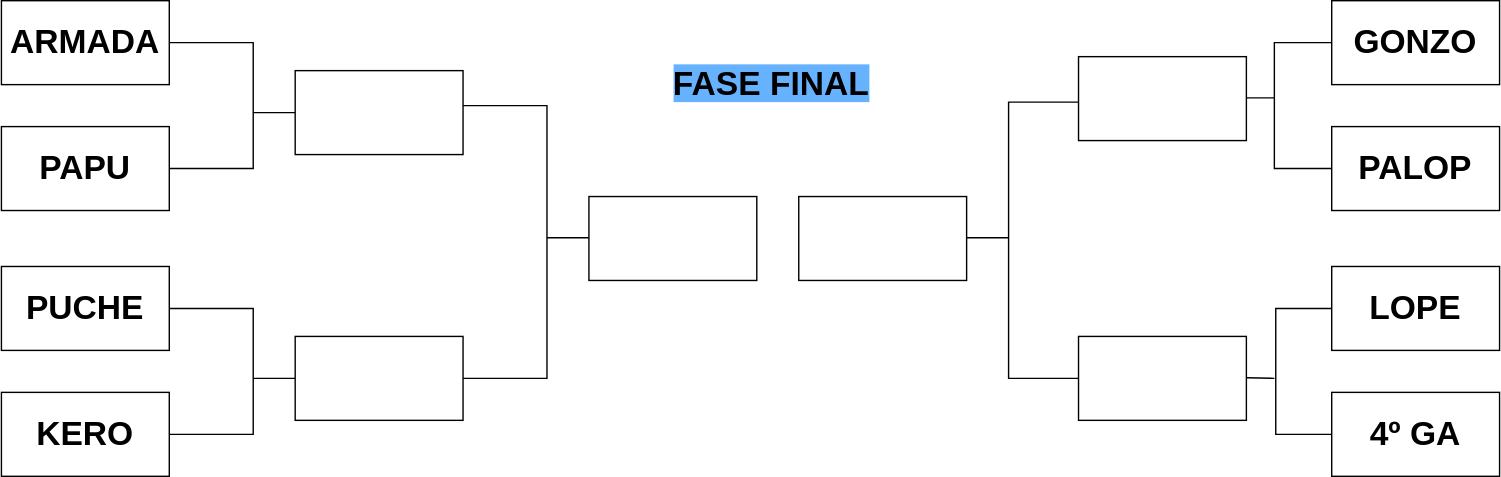
Papuuu21/Champions_Mister keeps this draw.io diagram as FaseFinal/Sorteo_posiciones_cuartos.drawio.svg. Above is the earlier version. Source tidied: cells renumbered, new cells last; positions are measured from the earlier drawing's top-left corner, leaving out a move shared by most shapes. Source of this version:
```xml
<mxGraphModel>
  <root>
    <mxCell id="0" />
    <mxCell id="1" parent="0" />
    <mxCell id="2" value="&lt;b&gt;&lt;font style=&quot;font-size: 24px;&quot;&gt;PAPU&lt;/font&gt;&lt;/b&gt;" style="rounded=0;whiteSpace=wrap;html=1;" parent="1" vertex="1">
      <mxGeometry y="90" width="120" height="60" as="geometry" />
    </mxCell>
    <mxCell id="3" value="&lt;b&gt;&lt;font style=&quot;font-size: 24px;&quot;&gt;ARMADA&lt;/font&gt;&lt;/b&gt;" style="rounded=0;whiteSpace=wrap;html=1;" parent="1" vertex="1">
      <mxGeometry width="120" height="60" as="geometry" />
    </mxCell>
    <mxCell id="4" value="&lt;font style=&quot;font-size: 24px;&quot;&gt;&lt;b&gt;PUCHE&lt;/b&gt;&lt;/font&gt;" style="rounded=0;whiteSpace=wrap;html=1;" parent="1" vertex="1">
      <mxGeometry y="190" width="120" height="60" as="geometry" />
    </mxCell>
    <mxCell id="5" value="&lt;font style=&quot;font-size: 24px;&quot;&gt;&lt;b&gt;KERO&lt;/b&gt;&lt;/font&gt;" style="rounded=0;whiteSpace=wrap;html=1;" parent="1" vertex="1">
      <mxGeometry y="280" width="120" height="60" as="geometry" />
    </mxCell>
    <mxCell id="6" style="endArrow=none;html=1;rounded=0;entryX=1;entryY=0.5;entryDx=0;entryDy=0;exitX=1;exitY=0.5;exitDx=0;exitDy=0;" parent="1" edge="1" source="2" target="3">
      <mxGeometry relative="1" as="geometry">
        <Array as="points">
          <mxPoint x="180" y="120" />
          <mxPoint x="180" y="80" />
          <mxPoint x="180" y="30" />
        </Array>
      </mxGeometry>
    </mxCell>
    <mxCell id="7" style="endArrow=none;html=1;rounded=0;entryX=1;entryY=0.5;entryDx=0;entryDy=0;exitX=1;exitY=0.5;exitDx=0;exitDy=0;" parent="1" edge="1">
      <mxGeometry relative="1" as="geometry">
        <mxPoint x="120" y="310" as="sourcePoint" />
        <mxPoint x="120" y="220" as="targetPoint" />
        <Array as="points">
          <mxPoint x="180" y="310" />
          <mxPoint x="180" y="270" />
          <mxPoint x="180" y="220" />
        </Array>
      </mxGeometry>
    </mxCell>
    <mxCell id="8" style="endArrow=none;html=1;rounded=0;" parent="1" edge="1">
      <mxGeometry relative="1" as="geometry">
        <mxPoint x="180" y="80" as="sourcePoint" />
        <mxPoint x="210" y="80" as="targetPoint" />
      </mxGeometry>
    </mxCell>
    <mxCell id="9" style="endArrow=none;html=1;rounded=0;" parent="1" edge="1">
      <mxGeometry relative="1" as="geometry">
        <mxPoint x="180" y="270" as="sourcePoint" />
        <mxPoint x="210" y="270" as="targetPoint" />
      </mxGeometry>
    </mxCell>
    <mxCell id="10" style="rounded=0;whiteSpace=wrap;html=1;" parent="1" vertex="1">
      <mxGeometry x="210" y="50" width="120" height="60" as="geometry" />
    </mxCell>
    <mxCell id="11" style="rounded=0;whiteSpace=wrap;html=1;" parent="1" vertex="1">
      <mxGeometry x="210" y="240" width="120" height="60" as="geometry" />
    </mxCell>
    <mxCell id="12" style="endArrow=none;html=1;rounded=0;entryX=1;entryY=0.5;entryDx=0;entryDy=0;exitX=1;exitY=0.5;exitDx=0;exitDy=0;" parent="1" edge="1" source="11">
      <mxGeometry relative="1" as="geometry">
        <mxPoint x="330" y="75" as="targetPoint" />
        <Array as="points">
          <mxPoint x="390" y="270" />
          <mxPoint x="390" y="125" />
          <mxPoint x="390" y="75" />
        </Array>
      </mxGeometry>
    </mxCell>
    <mxCell id="13" style="endArrow=none;html=1;rounded=0;" parent="1" edge="1">
      <mxGeometry relative="1" as="geometry">
        <mxPoint x="390" y="169.5" as="sourcePoint" />
        <mxPoint x="420" y="169.5" as="targetPoint" />
      </mxGeometry>
    </mxCell>
    <mxCell id="14" style="rounded=0;whiteSpace=wrap;html=1;" parent="1" vertex="1">
      <mxGeometry x="420" y="140" width="120" height="60" as="geometry" />
    </mxCell>
    <mxCell id="15" value="&lt;font style=&quot;font-size: 24px;&quot;&gt;&lt;b&gt;PALOP&lt;/b&gt;&lt;/font&gt;" style="rounded=0;whiteSpace=wrap;html=1;" parent="1" vertex="1">
      <mxGeometry x="951" y="90" width="120" height="60" as="geometry" />
    </mxCell>
    <mxCell id="16" value="&lt;b&gt;&lt;font style=&quot;font-size: 24px;&quot;&gt;GONZO&lt;/font&gt;&lt;/b&gt;" style="rounded=0;whiteSpace=wrap;html=1;" parent="1" vertex="1">
      <mxGeometry x="951" width="120" height="60" as="geometry" />
    </mxCell>
    <mxCell id="17" value="&lt;b&gt;&lt;font style=&quot;font-size: 24px;&quot;&gt;LOPE&lt;/font&gt;&lt;/b&gt;" style="rounded=0;whiteSpace=wrap;html=1;" parent="1" vertex="1">
      <mxGeometry x="951" y="190" width="120" height="60" as="geometry" />
    </mxCell>
    <mxCell id="18" value="&lt;b&gt;&lt;font style=&quot;font-size: 24px;&quot;&gt;4º GA&lt;/font&gt;&lt;/b&gt;" style="rounded=0;whiteSpace=wrap;html=1;" parent="1" vertex="1">
      <mxGeometry x="951" y="280" width="120" height="60" as="geometry" />
    </mxCell>
    <mxCell id="19" style="endArrow=none;html=1;rounded=0;exitX=0;exitY=0.5;exitDx=0;exitDy=0;entryX=0;entryY=0.5;entryDx=0;entryDy=0;" parent="1" edge="1" source="15" target="16">
      <mxGeometry relative="1" as="geometry">
        <Array as="points">
          <mxPoint x="910" y="120" />
          <mxPoint x="910" y="90" />
          <mxPoint x="910" y="30" />
        </Array>
      </mxGeometry>
    </mxCell>
    <mxCell id="20" style="endArrow=none;html=1;rounded=0;exitX=0;exitY=0.5;exitDx=0;exitDy=0;entryX=0;entryY=0.5;entryDx=0;entryDy=0;" parent="1" edge="1" source="18" target="17">
      <mxGeometry relative="1" as="geometry">
        <Array as="points">
          <mxPoint x="911" y="310" />
          <mxPoint x="911" y="275" />
          <mxPoint x="911" y="220" />
        </Array>
      </mxGeometry>
    </mxCell>
    <mxCell id="21" style="endArrow=none;html=1;rounded=0;" parent="1" edge="1">
      <mxGeometry relative="1" as="geometry">
        <mxPoint x="890" y="269.5" as="sourcePoint" />
        <mxPoint x="910" y="270" as="targetPoint" />
      </mxGeometry>
    </mxCell>
    <mxCell id="22" style="endArrow=none;html=1;rounded=0;" parent="1" edge="1">
      <mxGeometry relative="1" as="geometry">
        <mxPoint x="880" y="69.5" as="sourcePoint" />
        <mxPoint x="910" y="69.5" as="targetPoint" />
      </mxGeometry>
    </mxCell>
    <mxCell id="23" style="rounded=0;whiteSpace=wrap;html=1;" parent="1" vertex="1">
      <mxGeometry x="770" y="40" width="120" height="60" as="geometry" />
    </mxCell>
    <mxCell id="24" style="rounded=0;whiteSpace=wrap;html=1;" parent="1" vertex="1">
      <mxGeometry x="770" y="240" width="120" height="60" as="geometry" />
    </mxCell>
    <mxCell id="25" style="endArrow=none;html=1;rounded=0;" parent="1" edge="1">
      <mxGeometry relative="1" as="geometry">
        <mxPoint x="770" y="270" as="sourcePoint" />
        <mxPoint x="770" y="72.5" as="targetPoint" />
        <Array as="points">
          <mxPoint x="720" y="270" />
          <mxPoint x="720" y="122.5" />
          <mxPoint x="720" y="72.5" />
        </Array>
      </mxGeometry>
    </mxCell>
    <mxCell id="26" style="endArrow=none;html=1;rounded=0;" parent="1" edge="1">
      <mxGeometry relative="1" as="geometry">
        <mxPoint x="690" y="169.5" as="sourcePoint" />
        <mxPoint x="720" y="169.5" as="targetPoint" />
      </mxGeometry>
    </mxCell>
    <mxCell id="27" style="rounded=0;whiteSpace=wrap;html=1;" parent="1" vertex="1">
      <mxGeometry x="570" y="140" width="120" height="60" as="geometry" />
    </mxCell>
    <mxCell id="28" value="&lt;font style=&quot;font-size: 24px;&quot;&gt;&lt;b style=&quot;background-color: rgb(102, 178, 255);&quot;&gt;FASE FINAL&lt;/b&gt;&lt;/font&gt;" style="text;html=1;align=center;verticalAlign=middle;strokeColor=none;fillColor=none;" parent="1" vertex="1">
      <mxGeometry x="470" y="40" width="160" height="40" as="geometry" />
    </mxCell>
  </root>
</mxGraphModel>
```
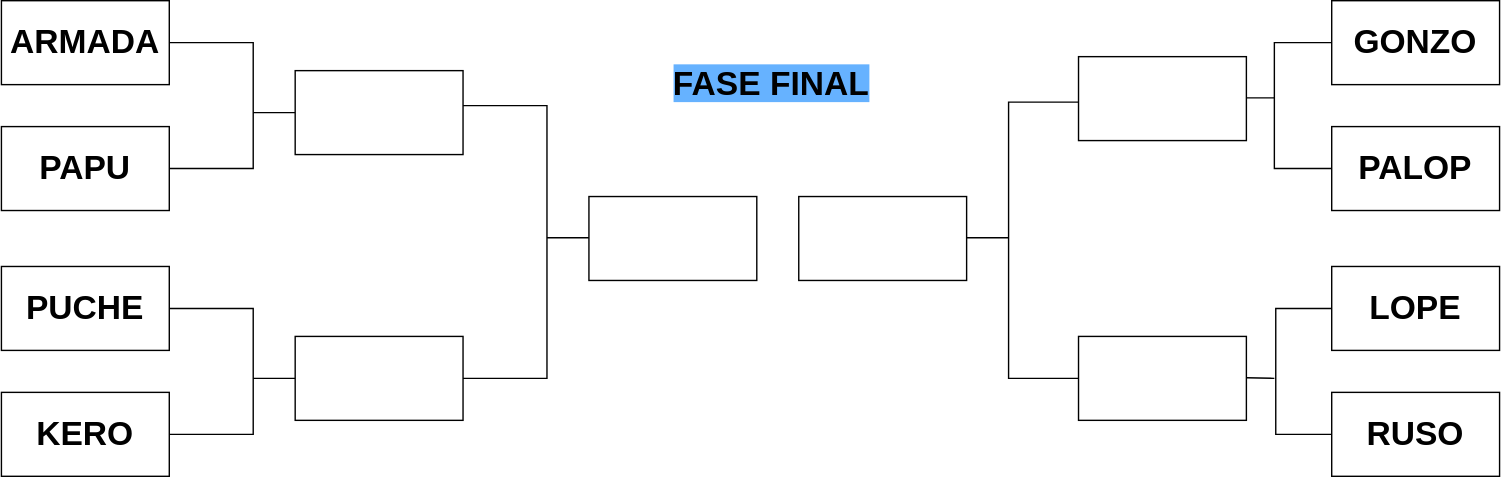
Above is the later version.

Diff of the diagram source:
```diff
@@ -80,7 +80,7 @@
     <mxCell id="17" value="&lt;b&gt;&lt;font style=&quot;font-size: 24px;&quot;&gt;LOPE&lt;/font&gt;&lt;/b&gt;" style="rounded=0;whiteSpace=wrap;html=1;" parent="1" vertex="1">
       <mxGeometry x="951" y="190" width="120" height="60" as="geometry" />
     </mxCell>
-    <mxCell id="18" value="&lt;b&gt;&lt;font style=&quot;font-size: 24px;&quot;&gt;4º GA&lt;/font&gt;&lt;/b&gt;" style="rounded=0;whiteSpace=wrap;html=1;" parent="1" vertex="1">
+    <mxCell id="18" value="&lt;span style=&quot;font-size: 24px;&quot;&gt;&lt;b&gt;RUSO&lt;/b&gt;&lt;/span&gt;" style="rounded=0;whiteSpace=wrap;html=1;" parent="1" vertex="1">
       <mxGeometry x="951" y="280" width="120" height="60" as="geometry" />
     </mxCell>
     <mxCell id="19" style="endArrow=none;html=1;rounded=0;exitX=0;exitY=0.5;exitDx=0;exitDy=0;entryX=0;entryY=0.5;entryDx=0;entryDy=0;" parent="1" edge="1" source="15" target="16">
```
